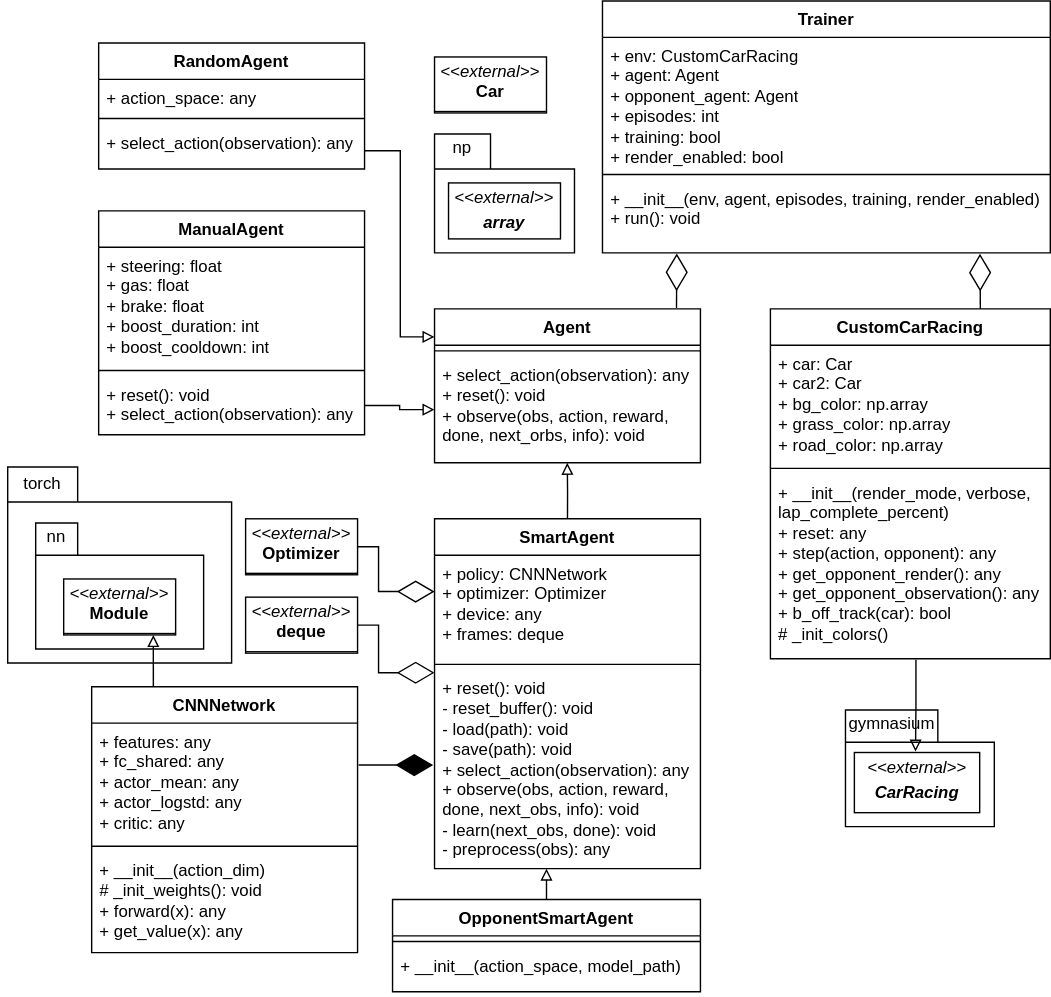
This is UML.svg from ImMasterSam/OOP-Project11, a draw.io export, as it was before one commit. Source tidied: cells renumbered, new cells last; positions are measured from the earlier drawing's top-left corner, leaving out a move shared by most shapes.
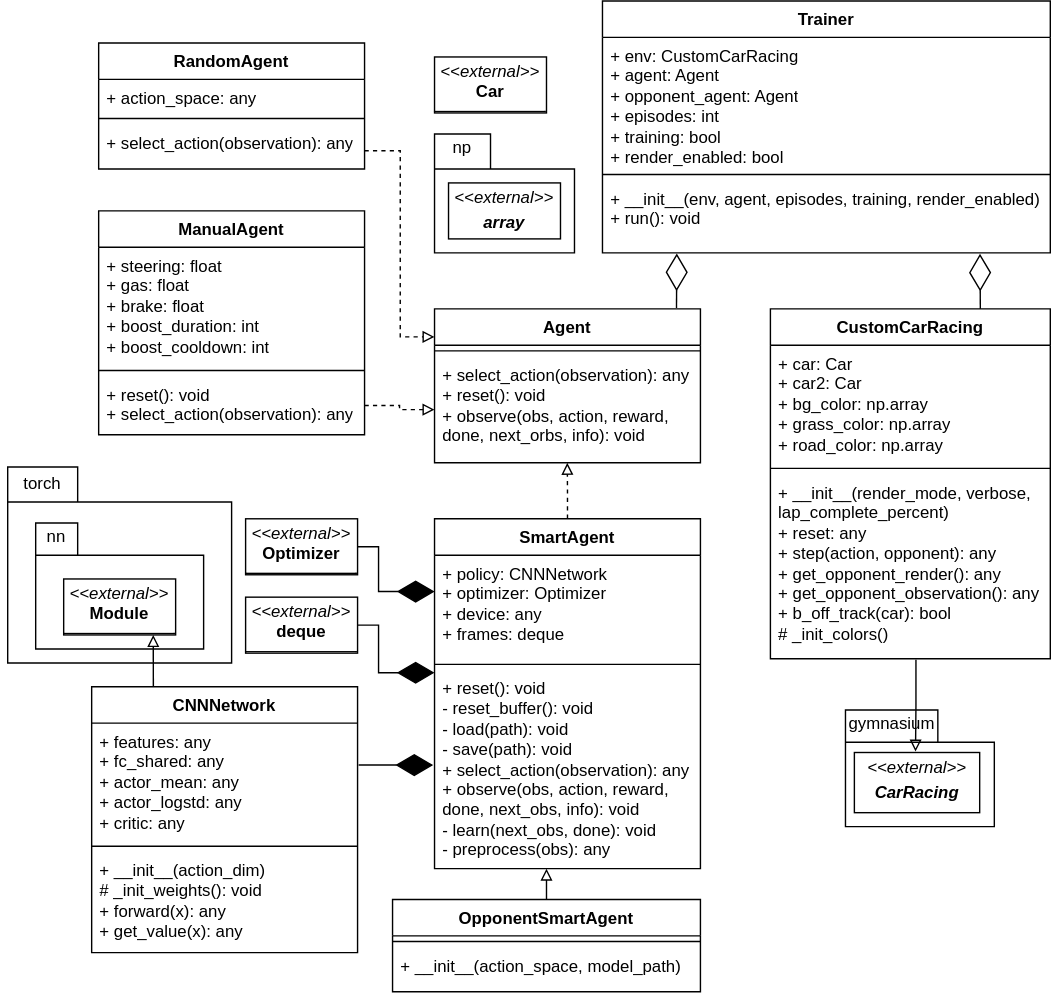
The same file after the commit.

Diff of the diagram source:
```diff
@@ -165,7 +165,7 @@
     <mxCell id="52" value="&lt;p style=&quot;margin:0px;margin-top:4px;text-align:center;&quot;&gt;&lt;i&gt;&amp;lt;&amp;lt;external&amp;gt;&amp;gt;&lt;/i&gt;&lt;br&gt;&lt;b&gt;deque&lt;/b&gt;&lt;/p&gt;&lt;hr size=&quot;1&quot; style=&quot;border-style:solid;&quot;&gt;&lt;p style=&quot;margin:0px;margin-left:4px;&quot;&gt;&lt;br&gt;&lt;/p&gt;&lt;hr size=&quot;1&quot; style=&quot;border-style:solid;&quot;&gt;&lt;p style=&quot;margin:0px;margin-left:4px;&quot;&gt;&lt;br&gt;&lt;/p&gt;" style="verticalAlign=top;align=left;overflow=fill;html=1;whiteSpace=wrap;" parent="1" vertex="1">
       <mxGeometry x="175" y="426" width="80" height="40" as="geometry" />
     </mxCell>
-    <mxCell id="53" style="endArrow=diamondThin;endFill=0;endSize=24;html=1;rounded=0;exitX=1;exitY=0.5;exitDx=0;exitDy=0;" parent="1" edge="1" source="51">
+    <mxCell id="53" style="endArrow=diamondThin;endFill=1;endSize=24;html=1;rounded=0;exitX=1;exitY=0.5;exitDx=0;exitDy=0;" parent="1" edge="1" source="51">
       <mxGeometry relative="1" as="geometry">
         <mxPoint x="310" y="422" as="targetPoint" />
         <Array as="points">
@@ -174,7 +174,7 @@
         </Array>
       </mxGeometry>
     </mxCell>
-    <mxCell id="54" style="endArrow=diamondThin;endFill=0;endSize=24;html=1;rounded=0;exitX=1;exitY=0.5;exitDx=0;exitDy=0;" parent="1" edge="1" source="52">
+    <mxCell id="54" style="endArrow=diamondThin;endFill=1;endSize=24;html=1;rounded=0;exitX=1;exitY=0.5;exitDx=0;exitDy=0;" parent="1" edge="1" source="52">
       <mxGeometry relative="1" as="geometry">
         <mxPoint x="310" y="480" as="targetPoint" />
         <Array as="points">
@@ -188,15 +188,15 @@
         <mxPoint x="309" y="546" as="targetPoint" />
       </mxGeometry>
     </mxCell>
-    <mxCell id="56" style="endArrow=block;endFill=0;html=1;edgeStyle=orthogonalEdgeStyle;align=left;verticalAlign=top;rounded=0;exitX=0.5;exitY=0;exitDx=0;exitDy=0;" parent="1" edge="1" source="21">
+    <mxCell id="56" style="endArrow=block;endFill=0;html=1;edgeStyle=orthogonalEdgeStyle;align=left;verticalAlign=top;rounded=0;exitX=0.5;exitY=0;exitDx=0;exitDy=0;dashed=1;" parent="1" edge="1" source="21">
       <mxGeometry x="-1" relative="1" as="geometry">
         <mxPoint x="404.9" y="330" as="targetPoint" />
       </mxGeometry>
     </mxCell>
-    <mxCell id="57" style="endArrow=block;endFill=0;html=1;edgeStyle=orthogonalEdgeStyle;align=left;verticalAlign=top;rounded=0;exitX=1;exitY=0.5;exitDx=0;exitDy=0;entryX=0;entryY=0.5;entryDx=0;entryDy=0;" parent="1" edge="1" source="13" target="47">
+    <mxCell id="57" style="endArrow=block;endFill=0;html=1;edgeStyle=orthogonalEdgeStyle;align=left;verticalAlign=top;rounded=0;exitX=1;exitY=0.5;exitDx=0;exitDy=0;entryX=0;entryY=0.5;entryDx=0;entryDy=0;dashed=1;" parent="1" edge="1" source="13" target="47">
       <mxGeometry x="-1" relative="1" as="geometry" />
     </mxCell>
-    <mxCell id="58" style="endArrow=block;endFill=0;html=1;edgeStyle=orthogonalEdgeStyle;align=left;verticalAlign=top;rounded=0;exitX=1;exitY=0.5;exitDx=0;exitDy=0;entryX=0;entryY=0.182;entryDx=0;entryDy=0;entryPerimeter=0;" parent="1" edge="1" target="45">
+    <mxCell id="58" style="endArrow=block;endFill=0;html=1;edgeStyle=orthogonalEdgeStyle;align=left;verticalAlign=top;rounded=0;exitX=1;exitY=0.5;exitDx=0;exitDy=0;entryX=0;entryY=0.182;entryDx=0;entryDy=0;entryPerimeter=0;dashed=1;" parent="1" edge="1" target="45">
       <mxGeometry x="-1" relative="1" as="geometry">
         <mxPoint x="260" y="107" as="sourcePoint" />
       </mxGeometry>
```
